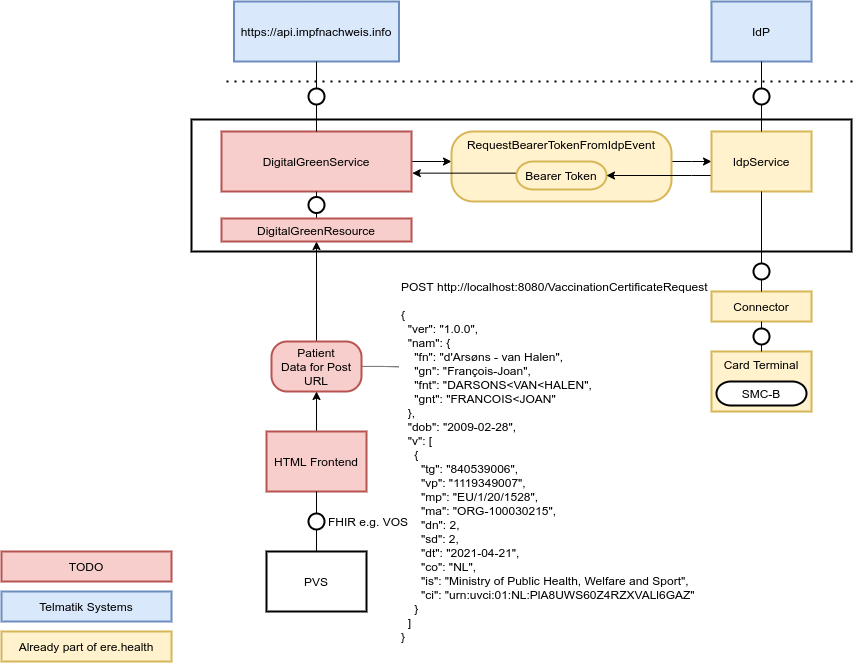
ere-health/covid-19-green-certificate keeps this draw.io diagram as img/overview.png. Above is the earlier version. Source tidied: cells renumbered, new cells last; positions are measured from the earlier drawing's top-left corner, leaving out a move shared by most shapes. Its diagram source:
```xml
<mxGraphModel>
  <root>
    <mxCell id="0" />
    <mxCell id="1" parent="0" />
    <mxCell id="2" style="shape=agent;offsetSize=8;strokeWidth=2;" parent="1" vertex="1">
      <mxGeometry x="190" y="118" width="660" height="132" as="geometry" />
    </mxCell>
    <mxCell id="3" style="edgeStyle=orthogonalEdgeStyle;rounded=0;jettySize=auto;html=1;" parent="1" edge="1" source="4" target="12">
      <mxGeometry relative="1" as="geometry">
        <Array as="points">
          <mxPoint x="440" y="160" />
          <mxPoint x="440" y="160" />
        </Array>
      </mxGeometry>
    </mxCell>
    <mxCell id="4" value="DigitalGreenService" style="shape=agent;offsetSize=8;strokeWidth=2;fillColor=#f8cecc;strokeColor=#b85450;" parent="1" vertex="1">
      <mxGeometry x="220" y="130" width="190" height="60" as="geometry" />
    </mxCell>
    <mxCell id="5" style="shape=useedge;vertical=true;endArrow=none;useSignPosition=left;useSignDirection=none;entryX=0.5;entryY=1;entryDx=0;entryDy=0;exitX=0.5;exitY=0;exitDx=0;exitDy=0;" parent="1" edge="1" source="6" target="4">
      <mxGeometry relative="1" as="geometry" />
    </mxCell>
    <mxCell id="6" value="DigitalGreenResource" style="shape=agent;offsetSize=8;strokeWidth=2;fillColor=#f8cecc;strokeColor=#b85450;" parent="1" vertex="1">
      <mxGeometry x="220" y="217" width="190" height="23" as="geometry" />
    </mxCell>
    <mxCell id="7" style="edgeStyle=orthogonalEdgeStyle;rounded=0;jettySize=auto;html=1;" parent="1" edge="1" source="9" target="6">
      <mxGeometry relative="1" as="geometry" />
    </mxCell>
    <mxCell id="8" style="edgeStyle=orthogonalEdgeStyle;rounded=0;jettySize=auto;html=1;entryX=0;entryY=0.25;entryDx=0;entryDy=0;endArrow=none;endFill=0;dashed=1;dashPattern=1 1;" parent="1" edge="1" source="9" target="10">
      <mxGeometry relative="1" as="geometry" />
    </mxCell>
    <mxCell id="9" value="Patient&lt;br&gt;Data for Post URL" style="rounded=1;whiteSpace=wrap;html=1;arcSize=31;strokeWidth=2;fillColor=#f8cecc;strokeColor=#b85450;" parent="1" vertex="1">
      <mxGeometry x="270" y="340" width="90" height="50" as="geometry" />
    </mxCell>
    <mxCell id="10" value="POST http://localhost:8080/VaccinationCertificateRequest&lt;br&gt;&lt;div&gt;&lt;br&gt;&lt;/div&gt;&lt;div&gt;{&lt;/div&gt;&lt;div&gt;&amp;nbsp; &quot;ver&quot;: &quot;1.0.0&quot;,&lt;/div&gt;&lt;div&gt;&amp;nbsp; &quot;nam&quot;: {&lt;/div&gt;&lt;div&gt;&amp;nbsp; &amp;nbsp; &quot;fn&quot;: &quot;d'Arsøns - van Halen&quot;,&lt;/div&gt;&lt;div&gt;&amp;nbsp; &amp;nbsp; &quot;gn&quot;: &quot;François-Joan&quot;,&lt;/div&gt;&lt;div&gt;&amp;nbsp; &amp;nbsp; &quot;fnt&quot;: &quot;DARSONS&amp;lt;VAN&amp;lt;HALEN&quot;,&lt;/div&gt;&lt;div&gt;&amp;nbsp; &amp;nbsp; &quot;gnt&quot;: &quot;FRANCOIS&amp;lt;JOAN&quot;&lt;/div&gt;&lt;div&gt;&amp;nbsp; },&lt;/div&gt;&lt;div&gt;&amp;nbsp; &quot;dob&quot;: &quot;2009-02-28&quot;,&lt;/div&gt;&lt;div&gt;&amp;nbsp; &quot;v&quot;: [&lt;/div&gt;&lt;div&gt;&amp;nbsp; &amp;nbsp; {&lt;/div&gt;&lt;div&gt;&amp;nbsp; &amp;nbsp; &amp;nbsp; &quot;tg&quot;: &quot;840539006&quot;,&lt;/div&gt;&lt;div&gt;&amp;nbsp; &amp;nbsp; &amp;nbsp; &quot;vp&quot;: &quot;1119349007&quot;,&lt;/div&gt;&lt;div&gt;&amp;nbsp; &amp;nbsp; &amp;nbsp; &quot;mp&quot;: &quot;EU/1/20/1528&quot;,&lt;/div&gt;&lt;div&gt;&amp;nbsp; &amp;nbsp; &amp;nbsp; &quot;ma&quot;: &quot;ORG-100030215&quot;,&lt;/div&gt;&lt;div&gt;&amp;nbsp; &amp;nbsp; &amp;nbsp; &quot;dn&quot;: 2,&lt;/div&gt;&lt;div&gt;&amp;nbsp; &amp;nbsp; &amp;nbsp; &quot;sd&quot;: 2,&lt;/div&gt;&lt;div&gt;&amp;nbsp; &amp;nbsp; &amp;nbsp; &quot;dt&quot;: &quot;2021-04-21&quot;,&lt;/div&gt;&lt;div&gt;&amp;nbsp; &amp;nbsp; &amp;nbsp; &quot;co&quot;: &quot;NL&quot;,&lt;/div&gt;&lt;div&gt;&amp;nbsp; &amp;nbsp; &amp;nbsp; &quot;is&quot;: &quot;Ministry of Public Health, Welfare and Sport&quot;,&lt;/div&gt;&lt;div&gt;&amp;nbsp; &amp;nbsp; &amp;nbsp; &quot;ci&quot;: &quot;urn:uvci:01:NL:PlA8UWS60Z4RZXVALl6GAZ&quot;&lt;/div&gt;&lt;div&gt;&amp;nbsp; &amp;nbsp; }&lt;/div&gt;&lt;div&gt;&amp;nbsp; ]&lt;/div&gt;&lt;div&gt;}&lt;/div&gt;" style="text;html=1;strokeColor=none;fillColor=none;align=left;verticalAlign=middle;whiteSpace=wrap;rounded=0;" parent="1" vertex="1">
      <mxGeometry x="397.5" y="270.5" width="370" height="379" as="geometry" />
    </mxCell>
    <mxCell id="11" style="edgeStyle=orthogonalEdgeStyle;rounded=0;jettySize=auto;html=1;" parent="1" edge="1" source="12" target="16">
      <mxGeometry relative="1" as="geometry">
        <Array as="points">
          <mxPoint x="690" y="160" />
          <mxPoint x="690" y="160" />
        </Array>
      </mxGeometry>
    </mxCell>
    <mxCell id="12" value="RequestBearerTokenFromIdpEvent" style="rounded=1;whiteSpace=wrap;html=1;arcSize=31;strokeWidth=2;verticalAlign=top;fillColor=#fff2cc;strokeColor=#d6b656;" parent="1" vertex="1">
      <mxGeometry x="450" y="130" width="220" height="70" as="geometry" />
    </mxCell>
    <mxCell id="13" style="edgeStyle=orthogonalEdgeStyle;rounded=0;jettySize=auto;html=1;entryX=1.004;entryY=0.693;entryDx=0;entryDy=0;entryPerimeter=0;" parent="1" edge="1" source="14" target="4">
      <mxGeometry relative="1" as="geometry">
        <Array as="points">
          <mxPoint x="411" y="172" />
        </Array>
      </mxGeometry>
    </mxCell>
    <mxCell id="14" value="Bearer Token" style="rounded=1;whiteSpace=wrap;html=1;arcSize=60;strokeWidth=2;fillColor=#fff2cc;strokeColor=#d6b656;" parent="1" vertex="1">
      <mxGeometry x="515" y="160" width="90" height="28" as="geometry" />
    </mxCell>
    <mxCell id="15" style="edgeStyle=orthogonalEdgeStyle;rounded=0;jettySize=auto;html=1;" parent="1" edge="1" source="16" target="14">
      <mxGeometry relative="1" as="geometry">
        <Array as="points">
          <mxPoint x="690" y="174" />
          <mxPoint x="690" y="174" />
        </Array>
      </mxGeometry>
    </mxCell>
    <mxCell id="16" value="IdpService" style="shape=agent;offsetSize=8;strokeWidth=2;fillColor=#fff2cc;strokeColor=#d6b656;" parent="1" vertex="1">
      <mxGeometry x="710" y="130" width="100" height="60" as="geometry" />
    </mxCell>
    <mxCell id="17" value="Connector" style="shape=agent;offsetSize=8;strokeWidth=2;fillColor=#fff2cc;strokeColor=#d6b656;" parent="1" vertex="1">
      <mxGeometry x="710" y="290" width="100" height="30" as="geometry" />
    </mxCell>
    <mxCell id="18" value="Card Terminal" style="shape=agent;offsetSize=8;strokeWidth=2;verticalAlign=top;fillColor=#fff2cc;strokeColor=#d6b656;" parent="1" vertex="1">
      <mxGeometry x="710" y="350" width="100" height="60" as="geometry" />
    </mxCell>
    <mxCell id="19" value="SMC-B" style="rounded=1;whiteSpace=wrap;html=1;arcSize=60;strokeWidth=2;" parent="1" vertex="1">
      <mxGeometry x="715" y="380" width="90" height="24" as="geometry" />
    </mxCell>
    <mxCell id="20" style="shape=useedge;vertical=true;endArrow=none;useSignPosition=left;useSignDirection=none;entryX=0.5;entryY=1;entryDx=0;entryDy=0;exitX=0.5;exitY=0;exitDx=0;exitDy=0;dx=0;dy=80;" parent="1" edge="1" source="17" target="16">
      <mxGeometry relative="1" as="geometry" />
    </mxCell>
    <mxCell id="21" style="shape=useedge;vertical=true;endArrow=none;useSignPosition=left;useSignDirection=none;entryX=0.5;entryY=1;entryDx=0;entryDy=0;exitX=0.5;exitY=0;exitDx=0;exitDy=0;" parent="1" edge="1" source="18" target="17">
      <mxGeometry relative="1" as="geometry" />
    </mxCell>
    <mxCell id="22" style="endArrow=none;dashed=1;html=1;dashPattern=1 3;strokeWidth=2;" parent="1" edge="1">
      <mxGeometry relative="1" as="geometry">
        <mxPoint x="851" y="80" as="sourcePoint" />
        <mxPoint x="220" y="80" as="targetPoint" />
      </mxGeometry>
    </mxCell>
    <mxCell id="23" value="IdP" style="shape=agent;offsetSize=8;strokeWidth=2;fillColor=#dae8fc;strokeColor=#6c8ebf;" parent="1" vertex="1">
      <mxGeometry x="710" width="100" height="60" as="geometry" />
    </mxCell>
    <mxCell id="24" style="shape=useedge;vertical=true;endArrow=none;useSignPosition=left;useSignDirection=none;entryX=0.5;entryY=1;entryDx=0;entryDy=0;exitX=0.5;exitY=0;exitDx=0;exitDy=0;" parent="1" edge="1" source="16" target="23">
      <mxGeometry relative="1" as="geometry" />
    </mxCell>
    <mxCell id="25" value="https://api.impfnachweis.info" style="shape=agent;offsetSize=8;strokeWidth=2;fillColor=#dae8fc;strokeColor=#6c8ebf;" parent="1" vertex="1">
      <mxGeometry x="232.5" width="165" height="60" as="geometry" />
    </mxCell>
    <mxCell id="26" style="shape=useedge;vertical=true;endArrow=none;useSignPosition=left;useSignDirection=none;entryX=0.5;entryY=1;entryDx=0;entryDy=0;" parent="1" edge="1" target="25">
      <mxGeometry relative="1" as="geometry">
        <mxPoint x="315" y="130" as="sourcePoint" />
      </mxGeometry>
    </mxCell>
    <mxCell id="27" style="edgeStyle=orthogonalEdgeStyle;rounded=0;jettySize=auto;html=1;entryX=0.5;entryY=1;entryDx=0;entryDy=0;endArrow=classic;endFill=1;" parent="1" edge="1" source="28" target="9">
      <mxGeometry relative="1" as="geometry" />
    </mxCell>
    <mxCell id="28" value="HTML Frontend" style="shape=agent;offsetSize=8;strokeWidth=2;fillColor=#f8cecc;strokeColor=#b85450;" parent="1" vertex="1">
      <mxGeometry x="265" y="430" width="100" height="60" as="geometry" />
    </mxCell>
    <mxCell id="29" value="PVS" style="shape=agent;offsetSize=8;strokeWidth=2;" parent="1" vertex="1">
      <mxGeometry x="265" y="550" width="100" height="60" as="geometry" />
    </mxCell>
    <mxCell id="30" style="shape=useedge;vertical=true;endArrow=none;useSignPosition=left;useSignDirection=none;entryX=0.5;entryY=1;entryDx=0;entryDy=0;exitX=0.5;exitY=0;exitDx=0;exitDy=0;" parent="1" edge="1" source="29" target="28">
      <mxGeometry relative="1" as="geometry" />
    </mxCell>
    <mxCell id="31" value="FHIR e.g. VOS" style="text;html=1;strokeColor=none;fillColor=none;align=center;verticalAlign=middle;whiteSpace=wrap;rounded=0;" parent="1" vertex="1">
      <mxGeometry x="324" y="510" width="86" height="20" as="geometry" />
    </mxCell>
    <mxCell id="32" value="TODO" style="shape=agent;offsetSize=8;strokeWidth=2;fillColor=#f8cecc;strokeColor=#b85450;" parent="1" vertex="1">
      <mxGeometry y="550" width="170" height="30" as="geometry" />
    </mxCell>
    <mxCell id="33" value="Telmatik Systems" style="shape=agent;offsetSize=8;strokeWidth=2;fillColor=#dae8fc;strokeColor=#6c8ebf;" parent="1" vertex="1">
      <mxGeometry y="590" width="170" height="30" as="geometry" />
    </mxCell>
    <mxCell id="34" value="Already part of ere.health" style="shape=agent;offsetSize=8;strokeWidth=2;fillColor=#fff2cc;strokeColor=#d6b656;" parent="1" vertex="1">
      <mxGeometry y="630" width="170" height="30" as="geometry" />
    </mxCell>
  </root>
</mxGraphModel>
```
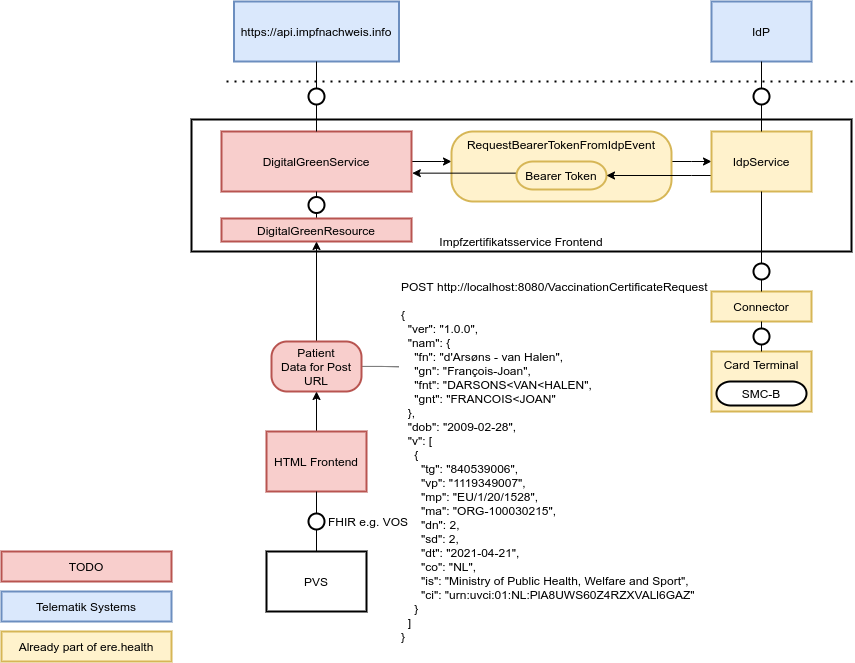
The same diagram one commit later.

What changed in the source:
```diff
@@ -2,7 +2,7 @@
   <root>
     <mxCell id="0" />
     <mxCell id="1" parent="0" />
-    <mxCell id="2" style="shape=agent;offsetSize=8;strokeWidth=2;" parent="1" vertex="1">
+    <mxCell id="2" value="Impfzertifikatsservice Frontend" style="shape=agent;offsetSize=8;strokeWidth=2;verticalAlign=bottom;" parent="1" vertex="1">
       <mxGeometry x="190" y="118" width="660" height="132" as="geometry" />
     </mxCell>
     <mxCell id="3" style="edgeStyle=orthogonalEdgeStyle;rounded=0;jettySize=auto;html=1;" parent="1" edge="1" source="4" target="12">
@@ -119,7 +119,7 @@
     <mxCell id="32" value="TODO" style="shape=agent;offsetSize=8;strokeWidth=2;fillColor=#f8cecc;strokeColor=#b85450;" parent="1" vertex="1">
       <mxGeometry y="550" width="170" height="30" as="geometry" />
     </mxCell>
-    <mxCell id="33" value="Telmatik Systems" style="shape=agent;offsetSize=8;strokeWidth=2;fillColor=#dae8fc;strokeColor=#6c8ebf;" parent="1" vertex="1">
+    <mxCell id="33" value="Telematik Systems" style="shape=agent;offsetSize=8;strokeWidth=2;fillColor=#dae8fc;strokeColor=#6c8ebf;" parent="1" vertex="1">
       <mxGeometry y="590" width="170" height="30" as="geometry" />
     </mxCell>
     <mxCell id="34" value="Already part of ere.health" style="shape=agent;offsetSize=8;strokeWidth=2;fillColor=#fff2cc;strokeColor=#d6b656;" parent="1" vertex="1">
```
